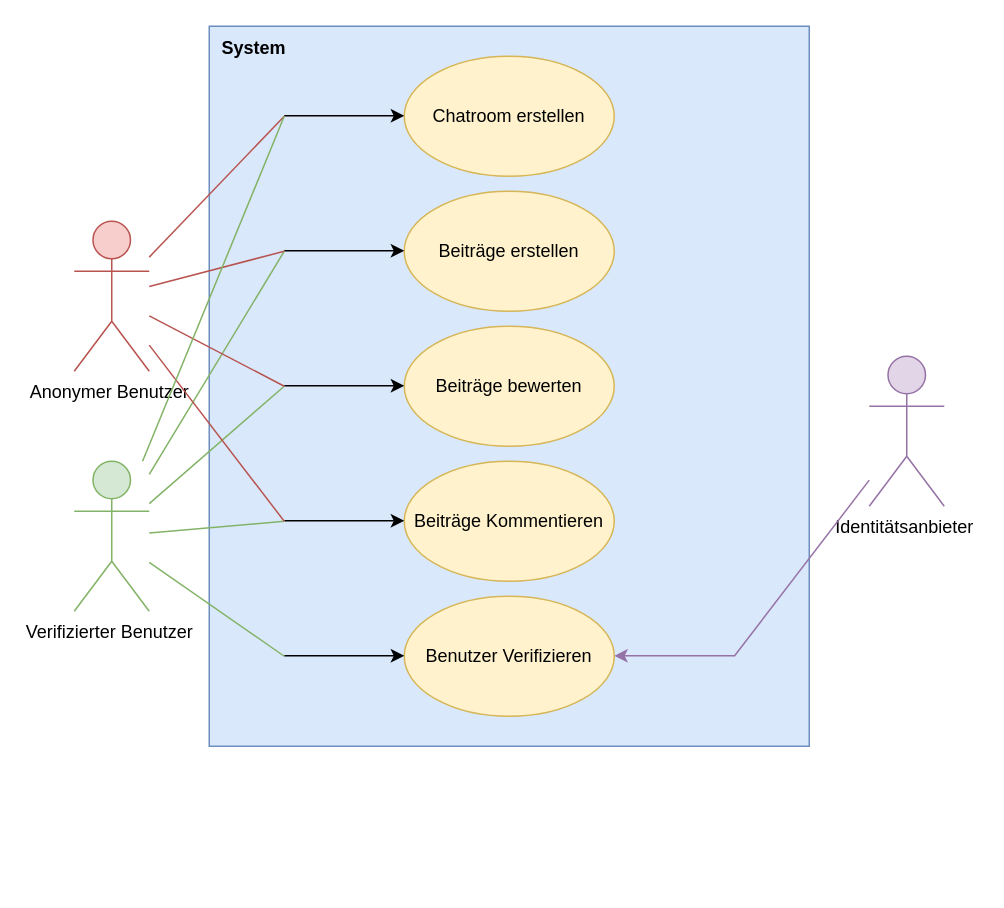
Above: UseCaseDiagramm.drawio in AnoAsked/Documentation (draw.io), before the change. Source tidied: cells renumbered, new cells numbered last; positions are measured from the earlier drawing's top-left corner, leaving out a move shared by most shapes. Both pictures are drawn from the tidied source at 150%, with x=0, y=0 at pixel (74, 26).
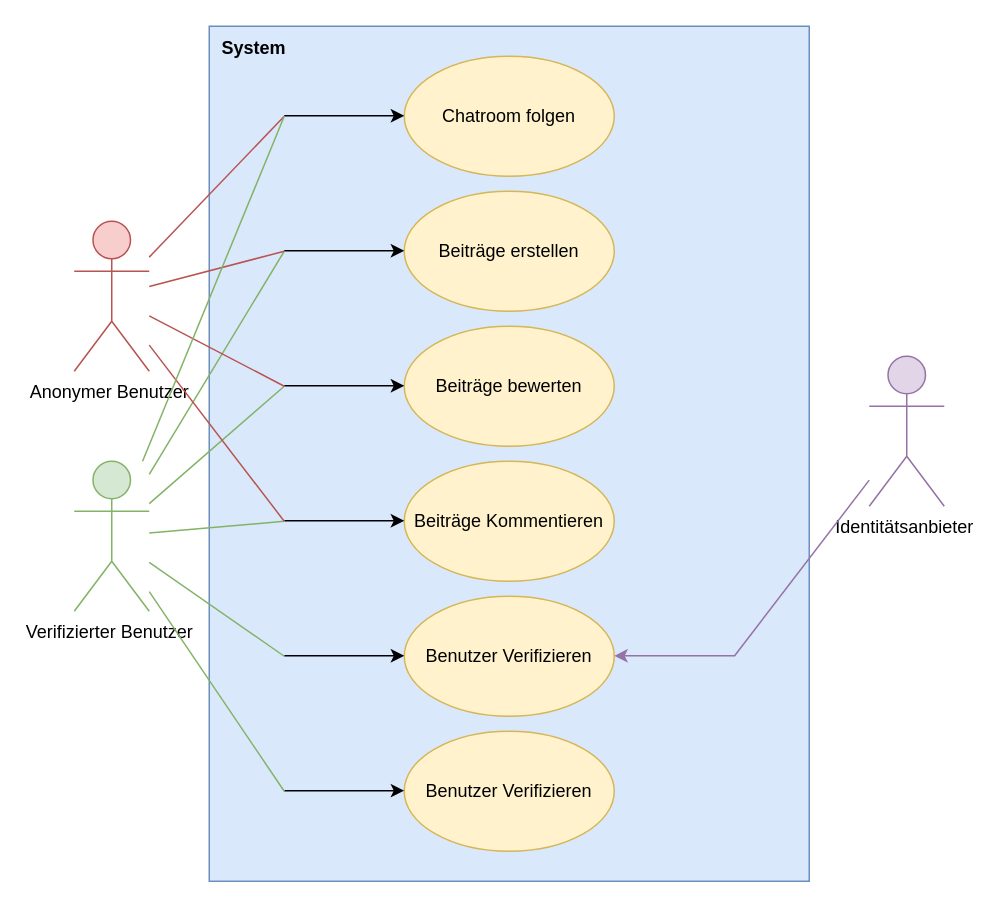
Above is the later version.

The change refers to these unchanged cells:
```xml
<mxCell id="10" value="Verifizierter Benutzer&amp;nbsp;" style="shape=umlActor;verticalLabelPosition=bottom;verticalAlign=top;html=1;outlineConnect=0;fillColor=#d5e8d4;strokeColor=#82b366;" parent="1" vertex="1">
  <mxGeometry y="290" width="50" height="100" as="geometry" />
</mxCell>
```

Change to the diagram source:
```diff
@@
     <mxCell id="2" style="rounded=0;whiteSpace=wrap;html=1;fillColor=#dae8fc;strokeColor=#6c8ebf;" parent="1" vertex="1">
-      <mxGeometry x="90" width="400" height="480" as="geometry" />
+      <mxGeometry x="90" width="400" height="570" as="geometry" />
     </mxCell>
@@
-    <mxCell id="24" value="Chatroom erstellen" style="ellipse;whiteSpace=wrap;html=1;fillColor=#fff2cc;strokeColor=#d6b656;" parent="1" vertex="1">
+    <mxCell id="24" value="Chatroom folgen" style="ellipse;whiteSpace=wrap;html=1;fillColor=#fff2cc;strokeColor=#d6b656;" parent="1" vertex="1">
       <mxGeometry x="220" y="20" width="140" height="80" as="geometry" />
     </mxCell>
@@
+    <mxCell id="28" value="Benutzer Verifizieren" style="ellipse;whiteSpace=wrap;html=1;fillColor=#fff2cc;strokeColor=#d6b656;" parent="1" vertex="1">
+      <mxGeometry x="220" y="470" width="140" height="80" as="geometry" />
+    </mxCell>
+    <mxCell id="29" style="endArrow=classic;html=1;rounded=0;" parent="1" edge="1">
+      <mxGeometry relative="1" as="geometry">
+        <mxPoint x="140" y="509.6" as="sourcePoint" />
+        <mxPoint x="220" y="509.6" as="targetPoint" />
+      </mxGeometry>
+    </mxCell>
+    <mxCell id="30" style="endArrow=none;html=1;rounded=0;fillColor=#d5e8d4;strokeColor=#82b366;" parent="1" edge="1" target="10">
+      <mxGeometry relative="1" as="geometry">
+        <mxPoint x="140" y="510" as="sourcePoint" />
+      </mxGeometry>
+    </mxCell>
```
